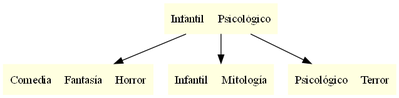
The Graphviz diagram graficos/ArbolBMas.png in MadelaynePerez/BibliotecaMagica, before a commit. Its source is kept beside it as graficos/ArbolBMas.dot.
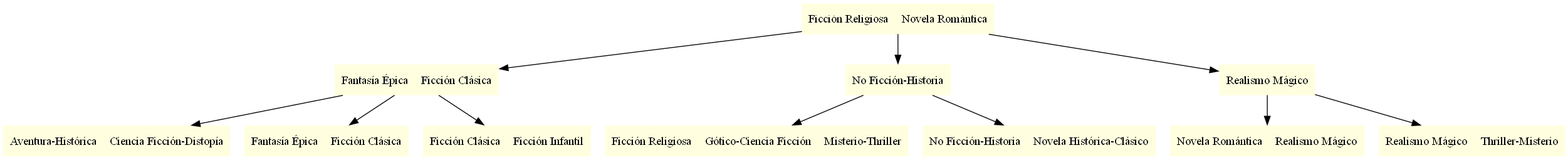
Above is the later version.

Diff of the diagram source:
```diff
@@ -1,10 +1,24 @@
 digraph BMas {
 node [shape=record, style=filled, color=lightyellow];
-"2084435065" [label="Infantil|Psicológico"];
-"2084435065" -> "1296064247";
-"1296064247" [label="Comedia|Fantasía|Horror"];
-"2084435065" -> "939047783";
-"939047783" [label="Infantil|Mitología"];
-"2084435065" -> "1237514926";
-"1237514926" [label="Psicológico|Terror"];
+"1157998401" [label="Ficción Religiosa|Novela Romántica"];
+"1157998401" -> "356341211";
+"356341211" [label="Fantasía Épica|Ficción Clásica"];
+"356341211" -> "1108362370";
+"1108362370" [label="Aventura-Histórica|Ciencia Ficción-Distopía"];
+"356341211" -> "1056902003";
+"1056902003" [label="Fantasía Épica|Ficción Clásica"];
+"356341211" -> "1453890626";
+"1453890626" [label="Ficción Clásica|Ficción Infantil"];
+"1157998401" -> "692357313";
+"692357313" [label="No Ficción-Historia"];
+"692357313" -> "1764814143";
+"1764814143" [label="Ficción Religiosa|Gótico-Ciencia Ficción|Misterio-Thriller"];
+"692357313" -> "793958393";
+"793958393" [label="No Ficción-Historia|Novela Histórica-Clásico"];
+"1157998401" -> "1024066781";
+"1024066781" [label="Realismo Mágico"];
+"1024066781" -> "805671229";
+"805671229" [label="Novela Romántica|Realismo Mágico"];
+"1024066781" -> "1588775703";
+"1588775703" [label="Realismo Mágico|Thriller-Misterio"];
 }
```
